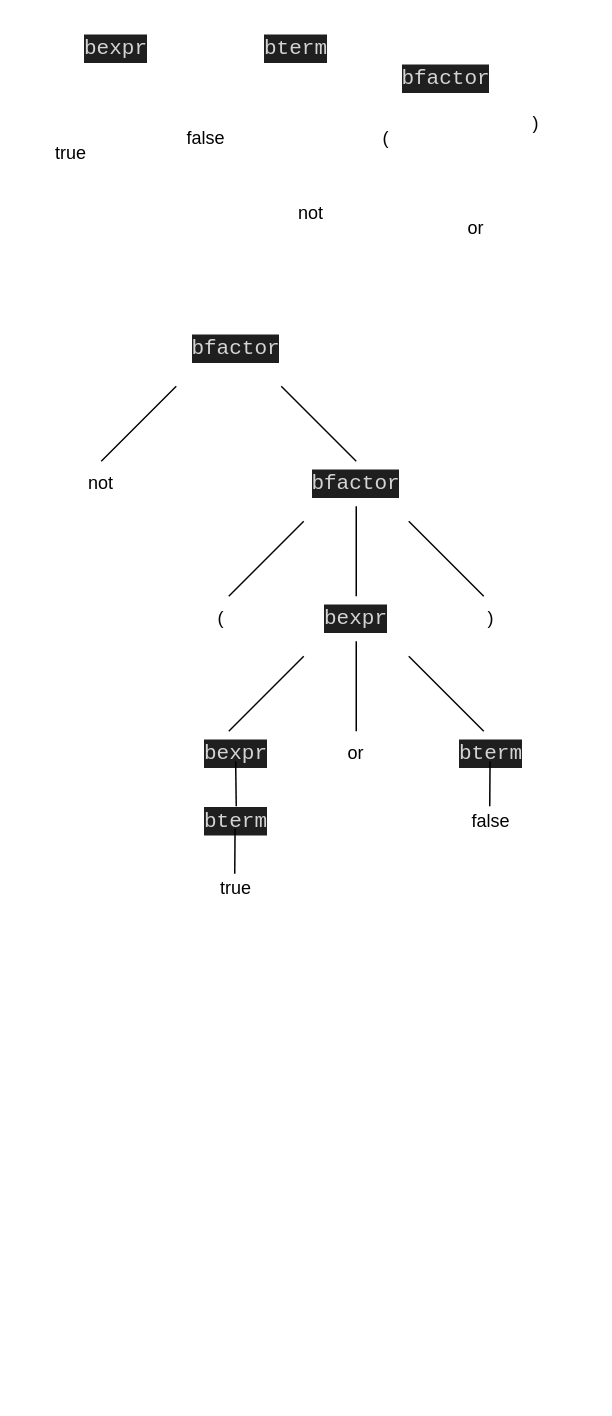
Before: Theory/2/2.drawio in xy3xy3/CompilerTheoryAssignment, a draw.io diagram. Source tidied: cells renumbered, new cells numbered last; positions are measured from the earlier drawing's top-left corner, leaving out a move shared by most shapes. Both pictures are drawn from the tidied source at 150%, with x=0, y=0 at pixel (26, 26).
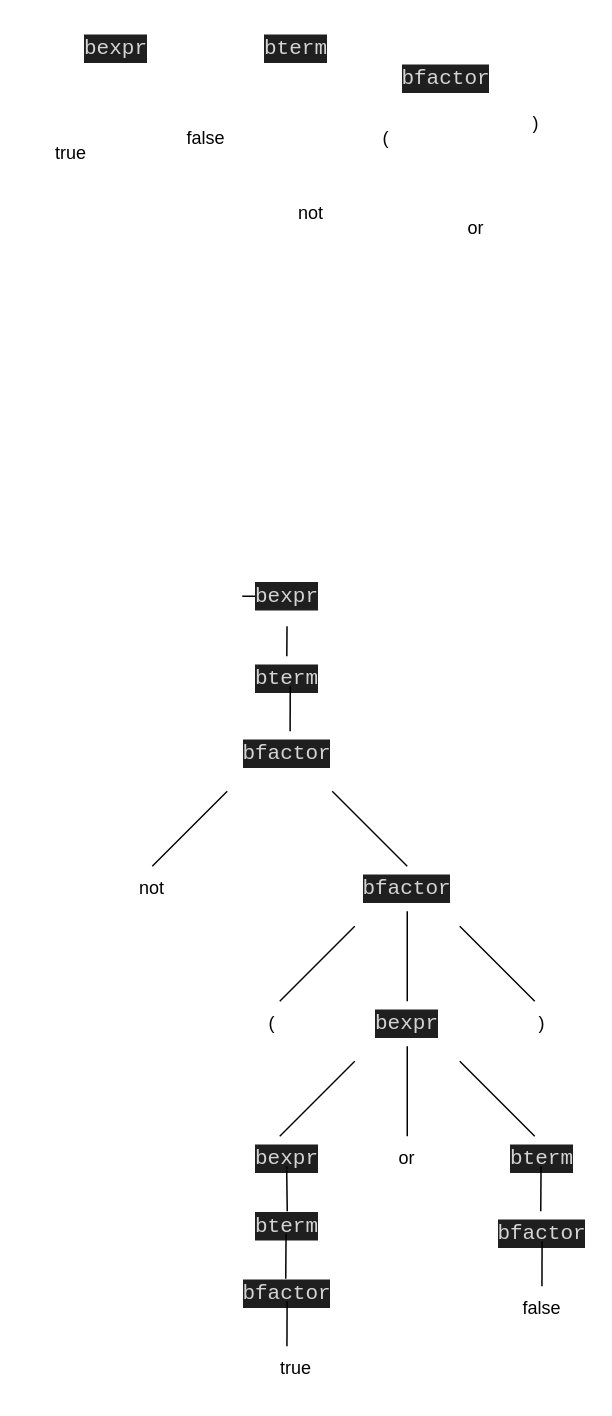
The same page after the edit.

Diff of the diagram source:
```diff
@@
     <mxCell id="4" value="&lt;div style=&quot;color: rgb(204, 204, 204); background-color: rgb(31, 31, 31); font-family: Consolas, &amp;quot;Courier New&amp;quot;, monospace; font-size: 14px; line-height: 19px; white-space: pre;&quot;&gt;&lt;div style=&quot;color: rgb(204, 204, 204); line-height: 19px;&quot;&gt;&lt;div style=&quot;color: rgb(204, 204, 204); line-height: 19px;&quot;&gt;&lt;span style=&quot;color: #d4d4d4;&quot;&gt;bfactor&lt;/span&gt;&lt;/div&gt;&lt;/div&gt;&lt;/div&gt;" style="text;html=1;align=center;verticalAlign=middle;whiteSpace=wrap;rounded=0;" parent="1" vertex="1">
-      <mxGeometry x="110" y="200" width="60" height="30" as="geometry" />
+      <mxGeometry x="144" y="470" width="60" height="30" as="geometry" />
     </mxCell>
@@
     <mxCell id="9" value="not" style="text;html=1;align=center;verticalAlign=middle;whiteSpace=wrap;rounded=0;" parent="1" vertex="1">
-      <mxGeometry x="20" y="290" width="60" height="30" as="geometry" />
+      <mxGeometry x="54" y="560" width="60" height="30" as="geometry" />
     </mxCell>
@@
     <mxCell id="12" style="endArrow=none;html=1;" parent="1" edge="1">
       <mxGeometry relative="1" as="geometry">
-        <mxPoint x="50" y="290" as="sourcePoint" />
-        <mxPoint x="100" y="240" as="targetPoint" />
+        <mxPoint x="84" y="560" as="sourcePoint" />
+        <mxPoint x="134" y="510" as="targetPoint" />
       </mxGeometry>
     </mxCell>
     <mxCell id="13" style="endArrow=none;html=1;" parent="1" edge="1">
       <mxGeometry relative="1" as="geometry">
-        <mxPoint x="220" y="290" as="sourcePoint" />
-        <mxPoint x="170" y="240" as="targetPoint" />
+        <mxPoint x="254" y="560" as="sourcePoint" />
+        <mxPoint x="204" y="510" as="targetPoint" />
       </mxGeometry>
     </mxCell>
@@
     <mxCell id="15" value="&lt;div style=&quot;color: rgb(204, 204, 204); background-color: rgb(31, 31, 31); font-family: Consolas, &amp;quot;Courier New&amp;quot;, monospace; font-size: 14px; line-height: 19px; white-space: pre;&quot;&gt;&lt;div style=&quot;color: rgb(204, 204, 204); line-height: 19px;&quot;&gt;&lt;div style=&quot;color: rgb(204, 204, 204); line-height: 19px;&quot;&gt;&lt;span style=&quot;color: #d4d4d4;&quot;&gt;bfactor&lt;/span&gt;&lt;/div&gt;&lt;/div&gt;&lt;/div&gt;" style="text;html=1;align=center;verticalAlign=middle;whiteSpace=wrap;rounded=0;" parent="1" vertex="1">
-      <mxGeometry x="190" y="290" width="60" height="30" as="geometry" />
+      <mxGeometry x="224" y="560" width="60" height="30" as="geometry" />
     </mxCell>
     <mxCell id="16" style="endArrow=none;html=1;" parent="1" edge="1">
       <mxGeometry relative="1" as="geometry">
-        <mxPoint x="135" y="380" as="sourcePoint" />
-        <mxPoint x="185" y="330" as="targetPoint" />
+        <mxPoint x="169" y="650" as="sourcePoint" />
+        <mxPoint x="219" y="600" as="targetPoint" />
       </mxGeometry>
     </mxCell>
     <mxCell id="17" style="endArrow=none;html=1;" parent="1" edge="1">
       <mxGeometry relative="1" as="geometry">
-        <mxPoint x="305" y="380" as="sourcePoint" />
-        <mxPoint x="255" y="330" as="targetPoint" />
+        <mxPoint x="339" y="650" as="sourcePoint" />
+        <mxPoint x="289" y="600" as="targetPoint" />
       </mxGeometry>
     </mxCell>
     <mxCell id="18" style="endArrow=none;html=1;entryX=0.5;entryY=1;entryDx=0;entryDy=0;" parent="1" edge="1" target="15">
       <mxGeometry relative="1" as="geometry">
-        <mxPoint x="220" y="380" as="sourcePoint" />
+        <mxPoint x="254" y="650" as="sourcePoint" />
       </mxGeometry>
     </mxCell>
     <mxCell id="19" value="(" style="text;html=1;align=center;verticalAlign=middle;whiteSpace=wrap;rounded=0;" parent="1" vertex="1">
-      <mxGeometry x="100" y="380" width="60" height="30" as="geometry" />
+      <mxGeometry x="134" y="650" width="60" height="30" as="geometry" />
     </mxCell>
     <mxCell id="20" value=")" style="text;html=1;align=center;verticalAlign=middle;whiteSpace=wrap;rounded=0;" parent="1" vertex="1">
-      <mxGeometry x="280" y="380" width="60" height="30" as="geometry" />
+      <mxGeometry x="314" y="650" width="60" height="30" as="geometry" />
     </mxCell>
     <mxCell id="21" value="&lt;div style=&quot;color: rgb(204, 204, 204); background-color: rgb(31, 31, 31); font-family: Consolas, &amp;quot;Courier New&amp;quot;, monospace; font-size: 14px; line-height: 19px; white-space: pre;&quot;&gt;&lt;span style=&quot;color: rgb(212, 212, 212);&quot;&gt;bexpr&lt;/span&gt;&lt;/div&gt;" style="text;html=1;align=center;verticalAlign=middle;whiteSpace=wrap;rounded=0;" parent="1" vertex="1">
-      <mxGeometry x="190" y="380" width="60" height="30" as="geometry" />
+      <mxGeometry x="224" y="650" width="60" height="30" as="geometry" />
     </mxCell>
     <mxCell id="22" style="endArrow=none;html=1;" parent="1" edge="1">
       <mxGeometry relative="1" as="geometry">
-        <mxPoint x="135" y="470" as="sourcePoint" />
-        <mxPoint x="185" y="420" as="targetPoint" />
+        <mxPoint x="169" y="740" as="sourcePoint" />
+        <mxPoint x="219" y="690" as="targetPoint" />
       </mxGeometry>
     </mxCell>
     <mxCell id="23" style="endArrow=none;html=1;" parent="1" edge="1">
       <mxGeometry relative="1" as="geometry">
-        <mxPoint x="305" y="470" as="sourcePoint" />
-        <mxPoint x="255" y="420" as="targetPoint" />
+        <mxPoint x="339" y="740" as="sourcePoint" />
+        <mxPoint x="289" y="690" as="targetPoint" />
       </mxGeometry>
     </mxCell>
     <mxCell id="24" style="endArrow=none;html=1;entryX=0.5;entryY=1;entryDx=0;entryDy=0;" parent="1" edge="1">
       <mxGeometry relative="1" as="geometry">
-        <mxPoint x="220" y="470" as="sourcePoint" />
-        <mxPoint x="220" y="410" as="targetPoint" />
+        <mxPoint x="254" y="740" as="sourcePoint" />
+        <mxPoint x="254" y="680" as="targetPoint" />
       </mxGeometry>
     </mxCell>
     <mxCell id="25" value="or" style="text;html=1;align=center;verticalAlign=middle;whiteSpace=wrap;rounded=0;" parent="1" vertex="1">
-      <mxGeometry x="190" y="470" width="60" height="30" as="geometry" />
+      <mxGeometry x="224" y="740" width="60" height="30" as="geometry" />
     </mxCell>
     <mxCell id="26" value="&lt;div style=&quot;color: rgb(204, 204, 204); background-color: rgb(31, 31, 31); font-family: Consolas, &amp;quot;Courier New&amp;quot;, monospace; font-size: 14px; line-height: 19px; white-space: pre;&quot;&gt;&lt;span style=&quot;color: rgb(212, 212, 212);&quot;&gt;bexpr&lt;/span&gt;&lt;/div&gt;" style="text;html=1;align=center;verticalAlign=middle;whiteSpace=wrap;rounded=0;" parent="1" vertex="1">
-      <mxGeometry x="110" y="470" width="60" height="30" as="geometry" />
+      <mxGeometry x="144" y="740" width="60" height="30" as="geometry" />
     </mxCell>
     <mxCell id="27" value="&lt;div style=&quot;color: rgb(204, 204, 204); background-color: rgb(31, 31, 31); font-family: Consolas, &amp;quot;Courier New&amp;quot;, monospace; font-size: 14px; line-height: 19px; white-space: pre;&quot;&gt;&lt;div style=&quot;color: rgb(204, 204, 204); line-height: 19px;&quot;&gt;&lt;span style=&quot;color: #d4d4d4;&quot;&gt;bterm&lt;/span&gt;&lt;/div&gt;&lt;/div&gt;" style="text;html=1;align=center;verticalAlign=middle;whiteSpace=wrap;rounded=0;" parent="1" vertex="1">
-      <mxGeometry x="280" y="470" width="60" height="30" as="geometry" />
+      <mxGeometry x="314" y="740" width="60" height="30" as="geometry" />
     </mxCell>
     <mxCell id="28" style="endArrow=none;html=1;entryX=0.5;entryY=1;entryDx=0;entryDy=0;" parent="1" edge="1">
       <mxGeometry relative="1" as="geometry">
-        <mxPoint x="140" y="520" as="sourcePoint" />
-        <mxPoint x="139.6" y="490" as="targetPoint" />
+        <mxPoint x="174" y="790" as="sourcePoint" />
+        <mxPoint x="173.6" y="760" as="targetPoint" />
       </mxGeometry>
     </mxCell>
     <mxCell id="29" style="endArrow=none;html=1;entryX=0.5;entryY=1;entryDx=0;entryDy=0;" parent="1" edge="1">
       <mxGeometry relative="1" as="geometry">
-        <mxPoint x="309" y="520" as="sourcePoint" />
-        <mxPoint x="309.2" y="490" as="targetPoint" />
+        <mxPoint x="343" y="790" as="sourcePoint" />
+        <mxPoint x="343.2" y="760" as="targetPoint" />
       </mxGeometry>
     </mxCell>
     <mxCell id="30" value="false" style="text;html=1;align=center;verticalAlign=middle;whiteSpace=wrap;rounded=0;" parent="1" vertex="1">
-      <mxGeometry x="280" y="515" width="60" height="30" as="geometry" />
+      <mxGeometry x="314" y="840" width="60" height="30" as="geometry" />
     </mxCell>
     <mxCell id="31" value="&lt;div style=&quot;color: rgb(204, 204, 204); background-color: rgb(31, 31, 31); font-family: Consolas, &amp;quot;Courier New&amp;quot;, monospace; font-size: 14px; line-height: 19px; white-space: pre;&quot;&gt;&lt;div style=&quot;color: rgb(204, 204, 204); line-height: 19px;&quot;&gt;&lt;span style=&quot;color: #d4d4d4;&quot;&gt;bterm&lt;/span&gt;&lt;/div&gt;&lt;/div&gt;" style="text;html=1;align=center;verticalAlign=middle;whiteSpace=wrap;rounded=0;" parent="1" vertex="1">
-      <mxGeometry x="110" y="515" width="60" height="30" as="geometry" />
+      <mxGeometry x="144" y="785" width="60" height="30" as="geometry" />
     </mxCell>
     <mxCell id="32" style="endArrow=none;html=1;entryX=0.5;entryY=1;entryDx=0;entryDy=0;" parent="1" edge="1">
       <mxGeometry relative="1" as="geometry">
-        <mxPoint x="139" y="565" as="sourcePoint" />
-        <mxPoint x="139.2" y="535" as="targetPoint" />
+        <mxPoint x="173" y="835" as="sourcePoint" />
+        <mxPoint x="173.2" y="805" as="targetPoint" />
       </mxGeometry>
     </mxCell>
     <mxCell id="33" value="true" style="text;html=1;align=center;verticalAlign=middle;whiteSpace=wrap;rounded=0;" parent="1" vertex="1">
-      <mxGeometry x="110" y="560" width="60" height="30" as="geometry" />
+      <mxGeometry x="150" y="880" width="60" height="30" as="geometry" />
     </mxCell>
+    <mxCell id="34" value="&lt;div style=&quot;color: rgb(204, 204, 204); background-color: rgb(31, 31, 31); font-family: Consolas, &amp;quot;Courier New&amp;quot;, monospace; font-size: 14px; line-height: 19px; white-space: pre;&quot;&gt;&lt;div style=&quot;color: rgb(204, 204, 204); line-height: 19px;&quot;&gt;&lt;span style=&quot;color: #d4d4d4;&quot;&gt;bterm&lt;/span&gt;&lt;/div&gt;&lt;/div&gt;" style="text;html=1;align=center;verticalAlign=middle;whiteSpace=wrap;rounded=0;" parent="1" vertex="1">
+      <mxGeometry x="144" y="420" width="60" height="30" as="geometry" />
+    </mxCell>
+    <mxCell id="35" style="endArrow=none;html=1;" parent="1" edge="1">
+      <mxGeometry relative="1" as="geometry">
+        <mxPoint x="175.9" y="470" as="sourcePoint" />
+        <mxPoint x="176" y="440" as="targetPoint" />
+      </mxGeometry>
+    </mxCell>
+    <mxCell id="36" style="endArrow=none;html=1;" parent="1" edge="1" source="38">
+      <mxGeometry relative="1" as="geometry">
+        <mxPoint x="173.8" y="380" as="targetPoint" />
+      </mxGeometry>
+    </mxCell>
+    <mxCell id="37" style="endArrow=none;html=1;" parent="1" edge="1" target="38">
+      <mxGeometry relative="1" as="geometry">
+        <mxPoint x="173.7" y="420" as="sourcePoint" />
+      </mxGeometry>
+    </mxCell>
+    <mxCell id="38" value="&lt;div style=&quot;color: rgb(204, 204, 204); background-color: rgb(31, 31, 31); font-family: Consolas, &amp;quot;Courier New&amp;quot;, monospace; font-size: 14px; line-height: 19px; white-space: pre;&quot;&gt;&lt;span style=&quot;color: rgb(212, 212, 212);&quot;&gt;bexpr&lt;/span&gt;&lt;/div&gt;" style="text;html=1;align=center;verticalAlign=middle;whiteSpace=wrap;rounded=0;" parent="1" vertex="1">
+      <mxGeometry x="144" y="360" width="60" height="40" as="geometry" />
+    </mxCell>
+    <mxCell id="39" value="&lt;div style=&quot;color: rgb(204, 204, 204); background-color: rgb(31, 31, 31); font-family: Consolas, &amp;quot;Courier New&amp;quot;, monospace; font-size: 14px; line-height: 19px; white-space: pre;&quot;&gt;&lt;div style=&quot;color: rgb(204, 204, 204); line-height: 19px;&quot;&gt;&lt;div style=&quot;color: rgb(204, 204, 204); line-height: 19px;&quot;&gt;&lt;span style=&quot;color: #d4d4d4;&quot;&gt;bfactor&lt;/span&gt;&lt;/div&gt;&lt;/div&gt;&lt;/div&gt;" style="text;html=1;align=center;verticalAlign=middle;whiteSpace=wrap;rounded=0;" parent="1" vertex="1">
+      <mxGeometry x="144" y="830" width="60" height="30" as="geometry" />
+    </mxCell>
+    <mxCell id="40" style="endArrow=none;html=1;" parent="1" edge="1">
+      <mxGeometry relative="1" as="geometry">
+        <mxPoint x="173.8" y="880" as="sourcePoint" />
+        <mxPoint x="173.9" y="850" as="targetPoint" />
+      </mxGeometry>
+    </mxCell>
+    <mxCell id="41" value="&lt;div style=&quot;color: rgb(204, 204, 204); background-color: rgb(31, 31, 31); font-family: Consolas, &amp;quot;Courier New&amp;quot;, monospace; font-size: 14px; line-height: 19px; white-space: pre;&quot;&gt;&lt;div style=&quot;color: rgb(204, 204, 204); line-height: 19px;&quot;&gt;&lt;div style=&quot;color: rgb(204, 204, 204); line-height: 19px;&quot;&gt;&lt;span style=&quot;color: #d4d4d4;&quot;&gt;bfactor&lt;/span&gt;&lt;/div&gt;&lt;/div&gt;&lt;/div&gt;" style="text;html=1;align=center;verticalAlign=middle;whiteSpace=wrap;rounded=0;" parent="1" vertex="1">
+      <mxGeometry x="314" y="790" width="60" height="30" as="geometry" />
+    </mxCell>
+    <mxCell id="42" style="endArrow=none;html=1;" parent="1" edge="1">
+      <mxGeometry relative="1" as="geometry">
+        <mxPoint x="343.8" y="840" as="sourcePoint" />
+        <mxPoint x="343.9" y="810" as="targetPoint" />
+      </mxGeometry>
+    </mxCell>
```
